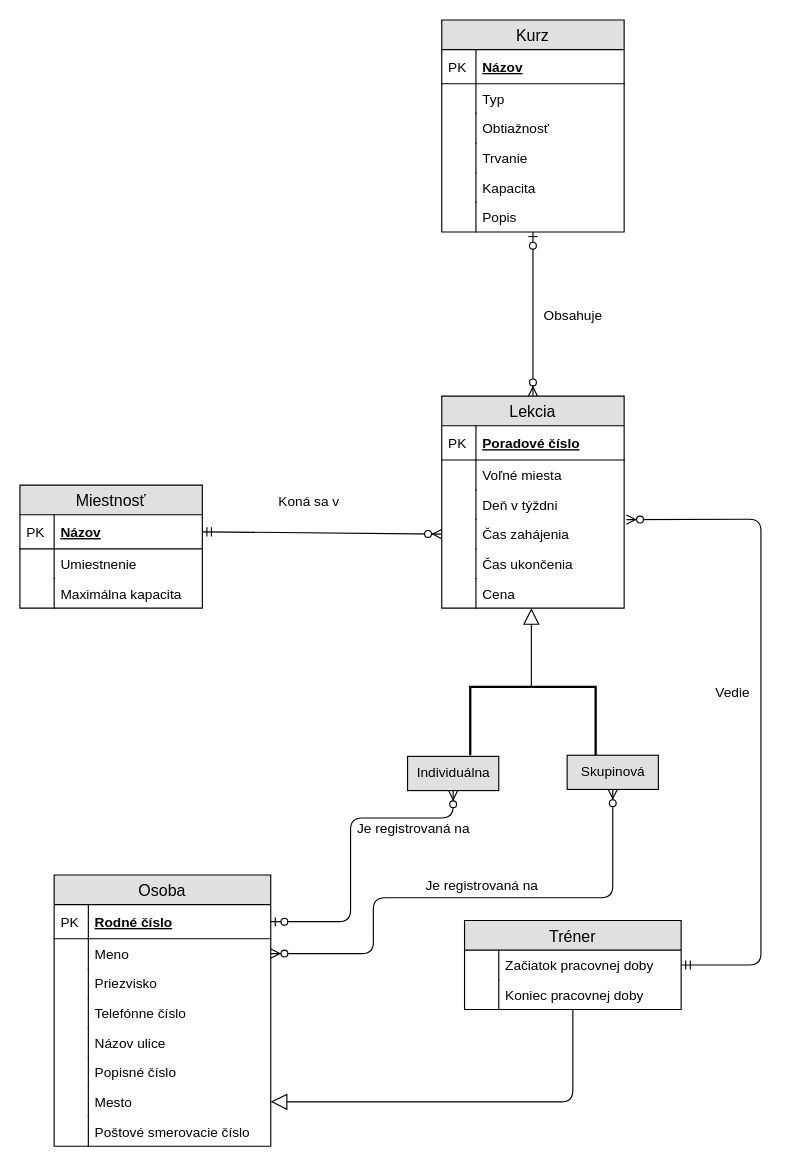
Before: IDS.drawio in MarioGazo/IDS2020, a draw.io diagram. Source tidied: cells renumbered, new cells numbered last; positions are measured from the earlier drawing's top-left corner, leaving out a move shared by most shapes. Both pictures are drawn from the tidied source at 114%, with x=0, y=0 at pixel (19, 19).
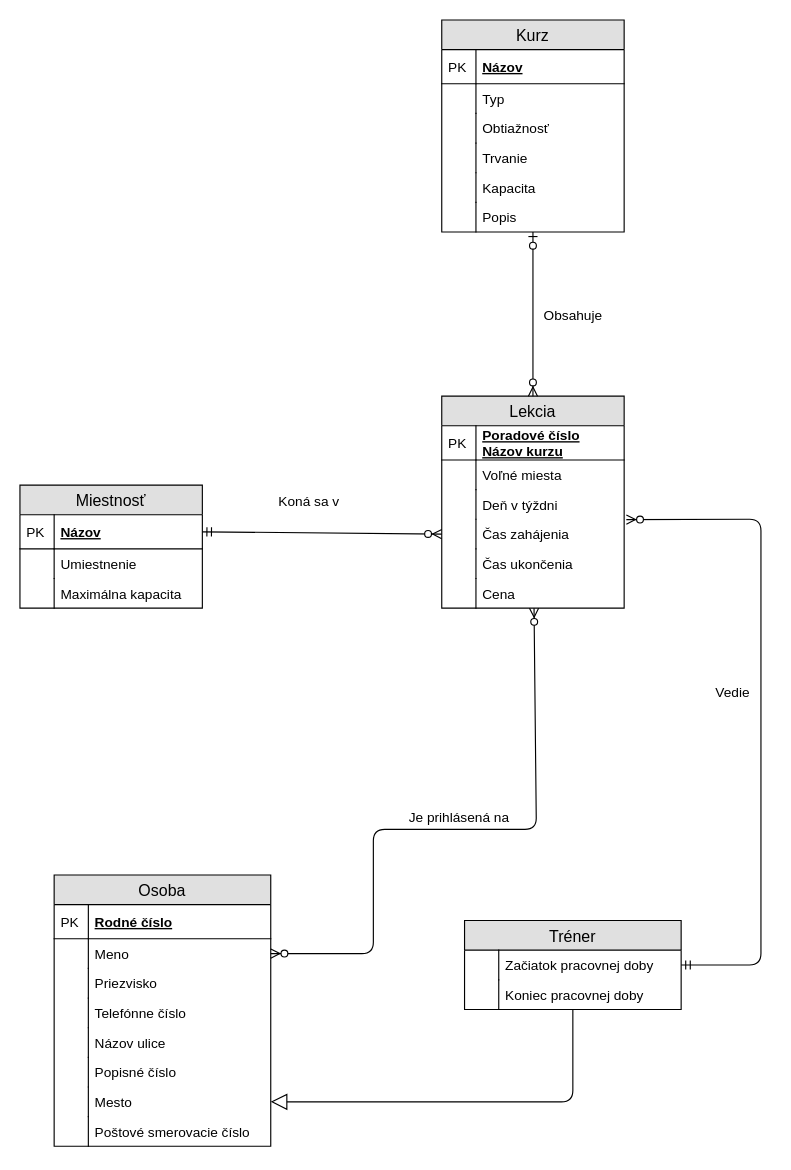
After the change.

The change refers to these unchanged cells:
```xml
<mxCell id="9" value="Lekcia" style="swimlane;fontStyle=0;horizontal=1;startSize=26;fillColor=#e0e0e0;swimlaneFillColor=#ffffff;align=center;fontSize=14;" parent="1" vertex="1">
  <mxGeometry x="370" y="330" width="160" height="186" as="geometry" />
</mxCell>
<mxCell id="20" value="Cena" style="shape=partialRectangle;top=0;left=0;right=0;bottom=0;align=left;verticalAlign=top;fillColor=none;spacingLeft=34;spacingRight=4;overflow=hidden;points=[[0,0.5],[1,0.5]];portConstraint=eastwest;fontSize=12;" parent="9" vertex="1">
  <mxGeometry y="160" width="160" height="26" as="geometry" />
</mxCell>
<mxCell id="23" value="Rodné číslo" style="shape=partialRectangle;top=0;left=0;right=0;bottom=1;align=left;verticalAlign=middle;fillColor=none;spacingLeft=34;spacingRight=4;overflow=hidden;points=[[0,0.5],[1,0.5]];portConstraint=eastwest;fontStyle=5;fontSize=12;" parent="22" vertex="1">
  <mxGeometry y="26" width="190" height="30" as="geometry" />
</mxCell>
<mxCell id="25" value="Meno" style="shape=partialRectangle;top=0;left=0;right=0;bottom=0;align=left;verticalAlign=top;fillColor=none;spacingLeft=34;spacingRight=4;overflow=hidden;points=[[0,0.5],[1,0.5]];portConstraint=eastwest;fontSize=12;" parent="22" vertex="1">
  <mxGeometry y="56" width="190" height="26" as="geometry" />
</mxCell>
```

What changed in the source:
```diff
@@
-    <mxCell id="10" value="Poradové číslo" style="shape=partialRectangle;top=0;left=0;right=0;bottom=1;align=left;verticalAlign=middle;fillColor=none;spacingLeft=34;spacingRight=4;overflow=hidden;fontStyle=5;fontSize=12;" parent="9" vertex="1">
+    <mxCell id="10" value="Poradové číslo&#10;Názov kurzu" style="shape=partialRectangle;top=0;left=0;right=0;bottom=1;align=left;verticalAlign=middle;fillColor=none;spacingLeft=34;spacingRight=4;overflow=hidden;fontStyle=5;fontSize=12;" parent="9" vertex="1">
       <mxGeometry y="26" width="160" height="30" as="geometry" />
     </mxCell>
@@
-    <mxCell id="63" value="Je registrovaná na" style="text;html=1;align=center;verticalAlign=middle;" parent="1" vertex="1">
-      <mxGeometry x="350" y="750" width="110" height="20" as="geometry" />
+    <mxCell id="63" value="Je prihlásená na" style="text;html=1;align=center;verticalAlign=middle;" parent="1" vertex="1">
+      <mxGeometry x="335" y="690" width="100" height="20" as="geometry" />
     </mxCell>
@@
-    <mxCell id="65" value="Je registrovaná na" style="text;html=1;align=center;verticalAlign=middle;" parent="1" vertex="1">
-      <mxGeometry x="290" y="700" width="110" height="20" as="geometry" />
-    </mxCell>
-    <mxCell id="66" style="endArrow=block;endFill=0;endSize=12;html=1;" parent="1" edge="1">
-      <mxGeometry relative="1" as="geometry">
-        <mxPoint x="448.6" y="586" as="sourcePoint" />
-        <mxPoint x="448.6" y="516" as="targetPoint" />
-      </mxGeometry>
-    </mxCell>
-    <mxCell id="67" value="Skupinová" style="html=1;fillColor=#E0E0E0;" parent="1" vertex="1">
-      <mxGeometry x="480" y="645" width="80" height="30" as="geometry" />
-    </mxCell>
-    <mxCell id="68" value="Individuálna" style="html=1;fillColor=#E0E0E0;" parent="1" vertex="1">
-      <mxGeometry x="340" y="646" width="80" height="30" as="geometry" />
-    </mxCell>
-    <mxCell id="69" style="strokeWidth=2;html=1;shape=mxgraph.flowchart.annotation_1;align=left;fillColor=#E0E0E0;rotation=90;" parent="1" vertex="1">
-      <mxGeometry x="420" y="560" width="60" height="110" as="geometry" />
-    </mxCell>
-    <mxCell id="70" style="fontSize=12;html=1;endArrow=ERzeroToMany;endFill=1;startArrow=ERzeroToMany;exitX=1;exitY=0.5;exitDx=0;exitDy=0;entryX=0.5;entryY=1;entryDx=0;entryDy=0;" parent="1" edge="1" source="25" target="67">
+    <mxCell id="70" style="fontSize=12;html=1;endArrow=ERzeroToMany;endFill=1;startArrow=ERzeroToMany;exitX=1;exitY=0.5;exitDx=0;exitDy=0;entryX=0.506;entryY=1;entryDx=0;entryDy=0;entryPerimeter=0;" parent="1" edge="1" source="25" target="20">
       <mxGeometry relative="1" as="geometry">
         <Array as="points">
           <mxPoint x="310" y="819" />
           <mxPoint x="310" y="770" />
-          <mxPoint x="520" y="770" />
+          <mxPoint x="310" y="710" />
+          <mxPoint x="453" y="710" />
         </Array>
       </mxGeometry>
     </mxCell>
-    <mxCell id="71" style="fontSize=12;html=1;endArrow=ERzeroToMany;startArrow=ERzeroToOne;endFill=1;entryX=0.5;entryY=1;entryDx=0;entryDy=0;exitX=1;exitY=0.5;exitDx=0;exitDy=0;" parent="1" edge="1" source="23" target="68">
-      <mxGeometry relative="1" as="geometry">
-        <Array as="points">
-          <mxPoint x="290" y="791" />
-          <mxPoint x="290" y="700" />
-          <mxPoint x="380" y="700" />
-        </Array>
-      </mxGeometry>
-    </mxCell>
```
